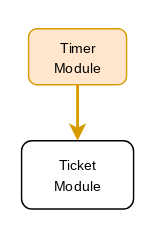
Earlier version of the draw.io export planning/system-architecture/images/timer-module-dependency-diagram.drawio.svg (brisahelpdesk/brisahelpdesk.github.io). Source tidied: cells renumbered, new cells last; positions are measured from the earlier drawing's top-left corner, leaving out a move shared by most shapes. Source of this version:
```xml
<mxGraphModel>
  <root>
    <mxCell id="0" />
    <mxCell id="1" parent="0" />
    <mxCell id="2" style="rounded=1;whiteSpace=wrap;html=1;fillColor=none;strokeColor=none;" parent="1" vertex="1">
      <mxGeometry width="110" height="170" as="geometry" />
    </mxCell>
    <mxCell id="3" value="&lt;span style=&quot;font-size: 10px;&quot;&gt;Ticket&lt;br&gt;Module&lt;/span&gt;" style="rounded=1;whiteSpace=wrap;html=1;fontFamily=Roboto;fontSource=https%3A%2F%2Ffonts.googleapis.com%2Fcss%3Ffamily%3DRoboto;" parent="1" vertex="1">
      <mxGeometry x="14.9" y="100" width="80" height="48.8" as="geometry" />
    </mxCell>
    <mxCell id="4" style="edgeStyle=orthogonalEdgeStyle;rounded=0;jettySize=auto;html=1;fillColor=#ffe6cc;strokeColor=#d79b00;strokeWidth=2;" parent="1" edge="1" source="5" target="3">
      <mxGeometry relative="1" as="geometry">
        <Array as="points">
          <mxPoint x="50" y="100" />
          <mxPoint x="50" y="100" />
        </Array>
      </mxGeometry>
    </mxCell>
    <mxCell id="5" value="&lt;span style=&quot;font-size: 10px;&quot;&gt;Timer&lt;br&gt;Module&lt;/span&gt;" style="rounded=1;whiteSpace=wrap;html=1;strokeColor=#d79b00;fillColor=#ffe6cc;fontFamily=Roboto;fontSource=https%3A%2F%2Ffonts.googleapis.com%2Fcss%3Ffamily%3DRoboto;" parent="1" vertex="1">
      <mxGeometry x="19.9" y="20" width="70" height="40" as="geometry" />
    </mxCell>
  </root>
</mxGraphModel>
```
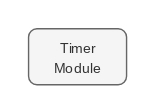
The same diagram one commit later.

The edit, as a diff of the source:
```diff
@@ -3,21 +3,10 @@
     <mxCell id="0" />
     <mxCell id="1" parent="0" />
     <mxCell id="2" style="rounded=1;whiteSpace=wrap;html=1;fillColor=none;strokeColor=none;" parent="1" vertex="1">
-      <mxGeometry width="110" height="170" as="geometry" />
+      <mxGeometry width="110" height="80" as="geometry" />
     </mxCell>
-    <mxCell id="3" value="&lt;span style=&quot;font-size: 10px;&quot;&gt;Ticket&lt;br&gt;Module&lt;/span&gt;" style="rounded=1;whiteSpace=wrap;html=1;fontFamily=Roboto;fontSource=https%3A%2F%2Ffonts.googleapis.com%2Fcss%3Ffamily%3DRoboto;" parent="1" vertex="1">
-      <mxGeometry x="14.9" y="100" width="80" height="48.8" as="geometry" />
+    <mxCell id="3" value="&lt;span style=&quot;font-size: 10px;&quot;&gt;Timer&lt;br&gt;Module&lt;/span&gt;" style="rounded=1;whiteSpace=wrap;html=1;strokeColor=#666666;fillColor=#f5f5f5;fontFamily=Roboto;fontSource=https%3A%2F%2Ffonts.googleapis.com%2Fcss%3Ffamily%3DRoboto;fontColor=#333333;" parent="1" vertex="1">
+      <mxGeometry x="19.9" y="20" width="70" height="40" as="geometry" />
     </mxCell>
-    <mxCell id="4" style="edgeStyle=orthogonalEdgeStyle;rounded=0;jettySize=auto;html=1;fillColor=#ffe6cc;strokeColor=#d79b00;strokeWidth=2;" parent="1" edge="1" source="5" target="3">
-      <mxGeometry relative="1" as="geometry">
-        <Array as="points">
-          <mxPoint x="50" y="100" />
-          <mxPoint x="50" y="100" />
-        </Array>
-      </mxGeometry>
-    </mxCell>
-    <mxCell id="5" value="&lt;span style=&quot;font-size: 10px;&quot;&gt;Timer&lt;br&gt;Module&lt;/span&gt;" style="rounded=1;whiteSpace=wrap;html=1;strokeColor=#d79b00;fillColor=#ffe6cc;fontFamily=Roboto;fontSource=https%3A%2F%2Ffonts.googleapis.com%2Fcss%3Ffamily%3DRoboto;" parent="1" vertex="1">
-      <mxGeometry x="19.9" y="20" width="70" height="40" as="geometry" />
-    </mxCell>
   </root>
 </mxGraphModel>
```
